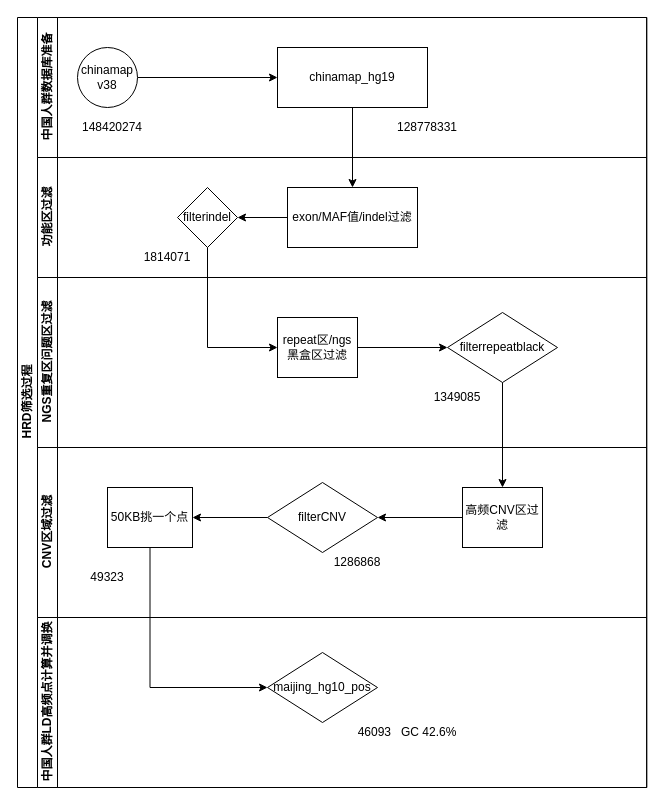
Above: HRD_shaixuan_Diagram.drawio in kkshaxqd/pipline_contral (draw.io), before the change. Source tidied: cells renumbered, new cells numbered last; positions are measured from the earlier drawing's top-left corner, leaving out a move shared by most shapes. Both pictures are drawn from the tidied source at 100%, with x=0, y=0 at pixel (17, 17).
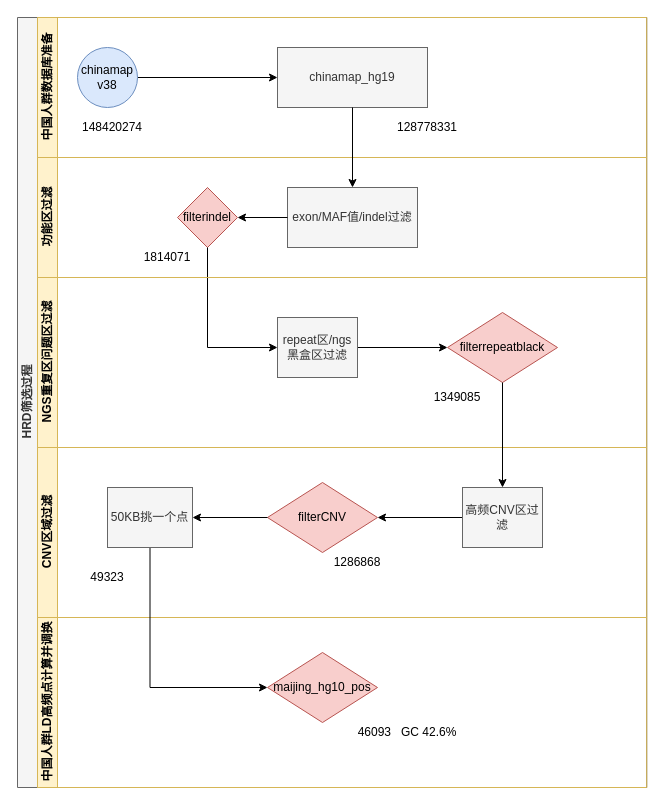
The same diagram, later.

Change to the diagram source:
```diff
@@
-    <mxCell id="2" value="HRD筛选过程" style="swimlane;html=1;horizontal=0;startSize=20;" parent="1" vertex="1">
+    <mxCell id="2" value="HRD筛选过程" style="swimlane;html=1;horizontal=0;startSize=20;fillColor=#f5f5f5;strokeColor=#666666;fontColor=#333333;" parent="1" vertex="1">
       <mxGeometry width="629.2" height="770" as="geometry" />
     </mxCell>
-    <mxCell id="3" value="中国人群数据库准备" style="swimlane;html=1;startSize=20;horizontal=0;" parent="2" vertex="1">
+    <mxCell id="3" value="中国人群数据库准备" style="swimlane;html=1;startSize=20;horizontal=0;fillColor=#fff2cc;strokeColor=#d6b656;" parent="2" vertex="1">
       <mxGeometry x="20" width="609.2" height="140" as="geometry" />
     </mxCell>
@@
-    <mxCell id="5" value="chinamap&lt;br&gt;v38" style="ellipse;whiteSpace=wrap;html=1;" parent="3" vertex="1">
+    <mxCell id="5" value="chinamap&lt;br&gt;v38" style="ellipse;whiteSpace=wrap;html=1;fillColor=#dae8fc;strokeColor=#6c8ebf;" parent="3" vertex="1">
       <mxGeometry x="40" y="30" width="60" height="60" as="geometry" />
     </mxCell>
-    <mxCell id="6" value="chinamap_hg19" style="rounded=0;whiteSpace=wrap;html=1;fontFamily=Helvetica;fontSize=12;fontColor=#000000;align=center;" parent="3" vertex="1">
+    <mxCell id="6" value="chinamap_hg19" style="rounded=0;whiteSpace=wrap;html=1;fontFamily=Helvetica;fontSize=12;fontColor=#333333;align=center;fillColor=#f5f5f5;strokeColor=#666666;" parent="3" vertex="1">
       <mxGeometry x="240" y="30" width="150" height="60" as="geometry" />
     </mxCell>
@@
-    <mxCell id="9" value="功能区过滤" style="swimlane;html=1;startSize=20;horizontal=0;" parent="2" vertex="1">
+    <mxCell id="9" value="功能区过滤" style="swimlane;html=1;startSize=20;horizontal=0;fillColor=#fff2cc;strokeColor=#d6b656;" parent="2" vertex="1">
       <mxGeometry x="20" y="140" width="609.2" height="120" as="geometry" />
     </mxCell>
-    <mxCell id="10" value="exon/MAF值/indel过滤" style="rounded=0;whiteSpace=wrap;html=1;fontFamily=Helvetica;fontSize=12;fontColor=#000000;align=center;" parent="9" vertex="1">
+    <mxCell id="10" value="exon/MAF值/indel过滤" style="rounded=0;whiteSpace=wrap;html=1;fontFamily=Helvetica;fontSize=12;fontColor=#333333;align=center;fillColor=#f5f5f5;strokeColor=#666666;" parent="9" vertex="1">
       <mxGeometry x="250" y="30" width="130" height="60" as="geometry" />
     </mxCell>
-    <mxCell id="11" value="filterindel" style="rhombus;whiteSpace=wrap;html=1;fontFamily=Helvetica;fontSize=12;fontColor=#000000;align=center;" parent="9" vertex="1">
+    <mxCell id="11" value="filterindel" style="rhombus;whiteSpace=wrap;html=1;fontFamily=Helvetica;fontSize=12;align=center;fillColor=#f8cecc;strokeColor=#b85450;" parent="9" vertex="1">
       <mxGeometry x="140" y="30" width="60" height="60" as="geometry" />
     </mxCell>
@@
-    <mxCell id="16" value="NGS重复区问题区过滤" style="swimlane;html=1;startSize=20;horizontal=0;" parent="2" vertex="1">
+    <mxCell id="16" value="NGS重复区问题区过滤" style="swimlane;html=1;startSize=20;horizontal=0;fillColor=#fff2cc;strokeColor=#d6b656;" parent="2" vertex="1">
       <mxGeometry x="20" y="260" width="609.2" height="170" as="geometry" />
     </mxCell>
@@
-    <mxCell id="18" value="repeat区/ngs黑盒区过滤" style="rounded=0;whiteSpace=wrap;html=1;fontFamily=Helvetica;fontSize=12;fontColor=#000000;align=center;" parent="16" vertex="1">
+    <mxCell id="18" value="repeat区/ngs黑盒区过滤" style="rounded=0;whiteSpace=wrap;html=1;fontFamily=Helvetica;fontSize=12;fontColor=#333333;align=center;fillColor=#f5f5f5;strokeColor=#666666;" parent="16" vertex="1">
       <mxGeometry x="240" y="40" width="80" height="60" as="geometry" />
     </mxCell>
-    <mxCell id="19" value="filterrepeatblack" style="rhombus;whiteSpace=wrap;html=1;fontFamily=Helvetica;fontSize=12;fontColor=#000000;align=center;" parent="16" vertex="1">
+    <mxCell id="19" value="filterrepeatblack" style="rhombus;whiteSpace=wrap;html=1;fontFamily=Helvetica;fontSize=12;align=center;fillColor=#f8cecc;strokeColor=#b85450;" parent="16" vertex="1">
       <mxGeometry x="410" y="35" width="110" height="70" as="geometry" />
     </mxCell>
@@
-    <mxCell id="21" value="CNV区域过滤" style="swimlane;html=1;startSize=20;horizontal=0;" parent="2" vertex="1">
+    <mxCell id="21" value="CNV区域过滤" style="swimlane;html=1;startSize=20;horizontal=0;fillColor=#fff2cc;strokeColor=#d6b656;" parent="2" vertex="1">
       <mxGeometry x="20" y="430" width="609.2" height="170" as="geometry" />
     </mxCell>
@@
-    <mxCell id="23" value="高频CNV区过滤" style="rounded=0;whiteSpace=wrap;html=1;fontFamily=Helvetica;fontSize=12;fontColor=#000000;align=center;" parent="21" vertex="1">
+    <mxCell id="23" value="高频CNV区过滤" style="rounded=0;whiteSpace=wrap;html=1;fontFamily=Helvetica;fontSize=12;fontColor=#333333;align=center;fillColor=#f5f5f5;strokeColor=#666666;" parent="21" vertex="1">
       <mxGeometry x="425" y="40" width="80" height="60" as="geometry" />
     </mxCell>
-    <mxCell id="24" value="filterCNV" style="rhombus;whiteSpace=wrap;html=1;fontFamily=Helvetica;fontSize=12;fontColor=#000000;align=center;" parent="21" vertex="1">
+    <mxCell id="24" value="filterCNV" style="rhombus;whiteSpace=wrap;html=1;fontFamily=Helvetica;fontSize=12;align=center;fillColor=#f8cecc;strokeColor=#b85450;" parent="21" vertex="1">
       <mxGeometry x="230" y="35" width="110" height="70" as="geometry" />
     </mxCell>
@@
-    <mxCell id="27" value="中国人群LD高频点计算并调换" style="swimlane;html=1;startSize=20;horizontal=0;" parent="2" vertex="1">
+    <mxCell id="27" value="中国人群LD高频点计算并调换" style="swimlane;html=1;startSize=20;horizontal=0;fillColor=#fff2cc;strokeColor=#d6b656;" parent="2" vertex="1">
       <mxGeometry x="20" y="600" width="609.2" height="170" as="geometry" />
     </mxCell>
-    <mxCell id="28" value="maijing_hg10_pos" style="rhombus;whiteSpace=wrap;html=1;fontFamily=Helvetica;fontSize=12;fontColor=#000000;align=center;" parent="27" vertex="1">
+    <mxCell id="28" value="maijing_hg10_pos" style="rhombus;whiteSpace=wrap;html=1;fontFamily=Helvetica;fontSize=12;align=center;fillColor=#f8cecc;strokeColor=#b85450;" parent="27" vertex="1">
       <mxGeometry x="230" y="35" width="110" height="70" as="geometry" />
     </mxCell>
@@
-    <mxCell id="32" value="50KB挑一个点" style="whiteSpace=wrap;html=1;" parent="1" vertex="1">
+    <mxCell id="32" value="50KB挑一个点" style="whiteSpace=wrap;html=1;fillColor=#f5f5f5;strokeColor=#666666;fontColor=#333333;" parent="1" vertex="1">
       <mxGeometry x="90" y="470" width="85" height="60" as="geometry" />
     </mxCell>
```
